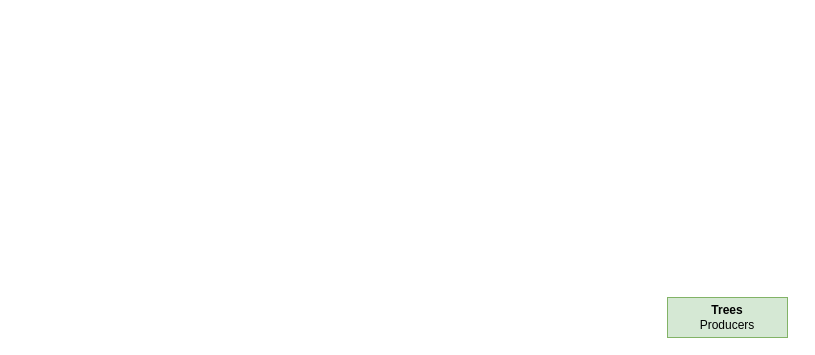
Above: Untitled Diagram.drawio in MopNop/flowcharts (draw.io), before the change. Source tidied: cells renumbered, new cells numbered last; positions are measured from the earlier drawing's top-left corner, leaving out a move shared by most shapes. Both pictures are drawn from the tidied source at 100%, with x=0, y=0 at pixel (667, 297).
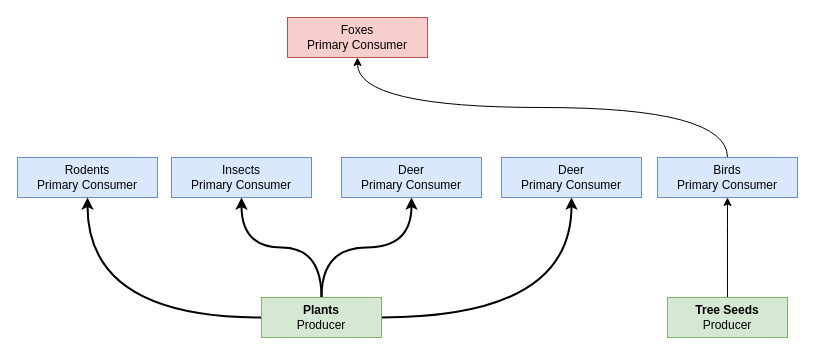
The same page after the edit.

What changed in the source:
```diff
@@
 <mxGraphModel>
   <root>
     <mxCell id="0" />
     <mxCell id="1" parent="0" />
+    <mxCell id="3" style="edgeStyle=orthogonalEdgeStyle;rounded=0;jettySize=auto;html=1;curved=1;" parent="1" edge="1" source="2" target="14">
+      <mxGeometry relative="1" as="geometry" />
+    </mxCell>
-    <mxCell id="2" value="&lt;b&gt;Trees&lt;/b&gt;&lt;br&gt;Producers" style="rounded=0;whiteSpace=wrap;html=1;fillColor=#d5e8d4;strokeColor=#82b366;" parent="1" vertex="1">
+    <mxCell id="2" value="&lt;b&gt;Tree Seeds&lt;/b&gt;&lt;br&gt;Producer" style="rounded=0;whiteSpace=wrap;html=1;fillColor=#d5e8d4;strokeColor=#82b366;" parent="1" vertex="1">
       <mxGeometry width="120" height="40" as="geometry" />
     </mxCell>
+    <mxCell id="4" style="edgeStyle=orthogonalEdgeStyle;rounded=0;jettySize=auto;html=1;curved=1;strokeWidth=2;" parent="1" edge="1" source="8" target="10">
+      <mxGeometry relative="1" as="geometry" />
+    </mxCell>
+    <mxCell id="5" style="edgeStyle=orthogonalEdgeStyle;rounded=0;jettySize=auto;html=1;entryX=0.5;entryY=1;entryDx=0;entryDy=0;curved=1;strokeWidth=2;" parent="1" edge="1" source="8" target="9">
+      <mxGeometry relative="1" as="geometry" />
+    </mxCell>
+    <mxCell id="6" style="edgeStyle=orthogonalEdgeStyle;rounded=0;jettySize=auto;html=1;entryX=0.5;entryY=1;entryDx=0;entryDy=0;curved=1;strokeWidth=2;" parent="1" edge="1" source="8" target="11">
+      <mxGeometry relative="1" as="geometry" />
+    </mxCell>
+    <mxCell id="7" style="edgeStyle=orthogonalEdgeStyle;rounded=0;jettySize=auto;html=1;entryX=0.5;entryY=1;entryDx=0;entryDy=0;curved=1;strokeWidth=2;" parent="1" edge="1" source="8" target="12">
+      <mxGeometry relative="1" as="geometry" />
+    </mxCell>
+    <mxCell id="8" value="&lt;b&gt;Plants&lt;/b&gt;&lt;br&gt;Producer" style="rounded=0;whiteSpace=wrap;html=1;fillColor=#d5e8d4;strokeColor=#82b366;" parent="1" vertex="1">
+      <mxGeometry x="-406" width="120" height="40" as="geometry" />
+    </mxCell>
+    <mxCell id="9" value="Deer&lt;br&gt;Primary Consumer" style="rounded=0;whiteSpace=wrap;html=1;fillColor=#dae8fc;strokeColor=#6c8ebf;" parent="1" vertex="1">
+      <mxGeometry x="-326" y="-140" width="140" height="40" as="geometry" />
+    </mxCell>
+    <mxCell id="10" value="Insects&lt;br&gt;Primary Consumer" style="rounded=0;whiteSpace=wrap;html=1;fillColor=#dae8fc;strokeColor=#6c8ebf;" parent="1" vertex="1">
+      <mxGeometry x="-496" y="-140" width="140" height="40" as="geometry" />
+    </mxCell>
+    <mxCell id="11" value="Deer&lt;br&gt;Primary Consumer" style="rounded=0;whiteSpace=wrap;html=1;fillColor=#dae8fc;strokeColor=#6c8ebf;" parent="1" vertex="1">
+      <mxGeometry x="-166" y="-140" width="140" height="40" as="geometry" />
+    </mxCell>
+    <mxCell id="12" value="Rodents&lt;br&gt;Primary Consumer" style="rounded=0;whiteSpace=wrap;html=1;fillColor=#dae8fc;strokeColor=#6c8ebf;" parent="1" vertex="1">
+      <mxGeometry x="-650" y="-140" width="140" height="40" as="geometry" />
+    </mxCell>
+    <mxCell id="13" style="edgeStyle=orthogonalEdgeStyle;rounded=0;jettySize=auto;html=1;entryX=0.5;entryY=1;entryDx=0;entryDy=0;curved=1;" parent="1" edge="1" source="14" target="15">
+      <mxGeometry relative="1" as="geometry">
+        <Array as="points">
+          <mxPoint x="60" y="-190" />
+          <mxPoint x="-310" y="-190" />
+        </Array>
+      </mxGeometry>
+    </mxCell>
+    <mxCell id="14" value="Birds&lt;br&gt;Primary Consumer" style="rounded=0;whiteSpace=wrap;html=1;fillColor=#dae8fc;strokeColor=#6c8ebf;" parent="1" vertex="1">
+      <mxGeometry x="-10" y="-140" width="140" height="40" as="geometry" />
+    </mxCell>
+    <mxCell id="15" value="Foxes&lt;br&gt;Primary Consumer" style="rounded=0;whiteSpace=wrap;html=1;fillColor=#f8cecc;strokeColor=#b85450;" parent="1" vertex="1">
+      <mxGeometry x="-380" y="-280" width="140" height="40" as="geometry" />
+    </mxCell>
   </root>
 </mxGraphModel>
```
